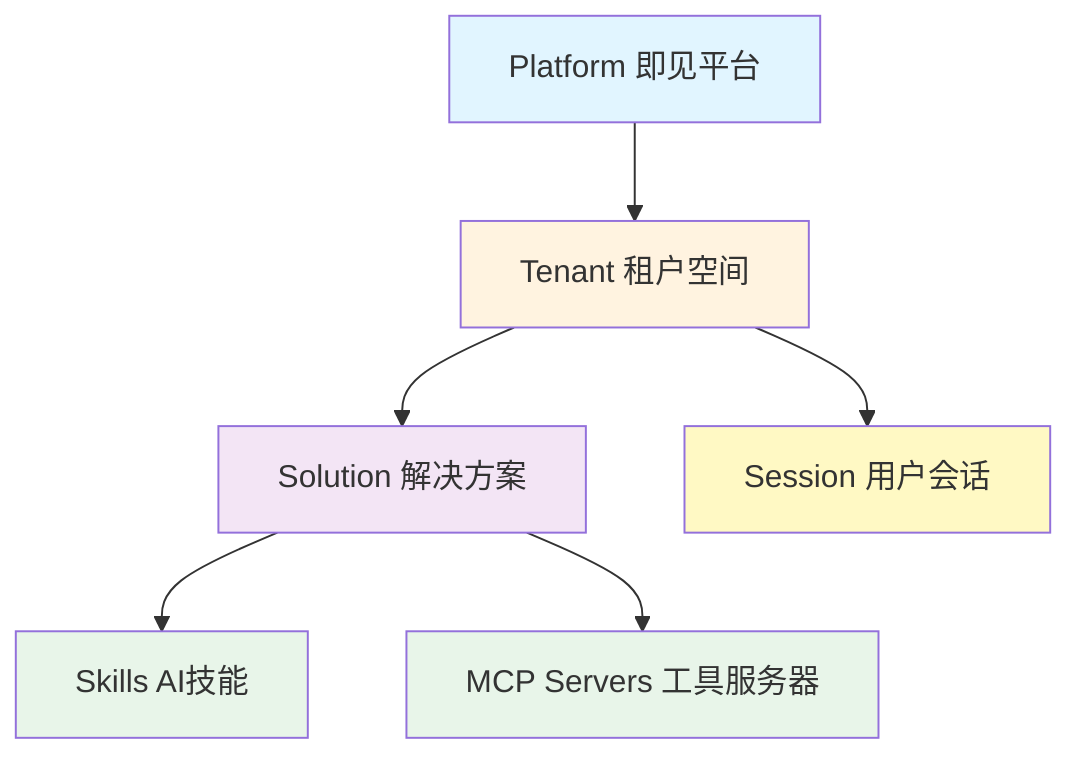
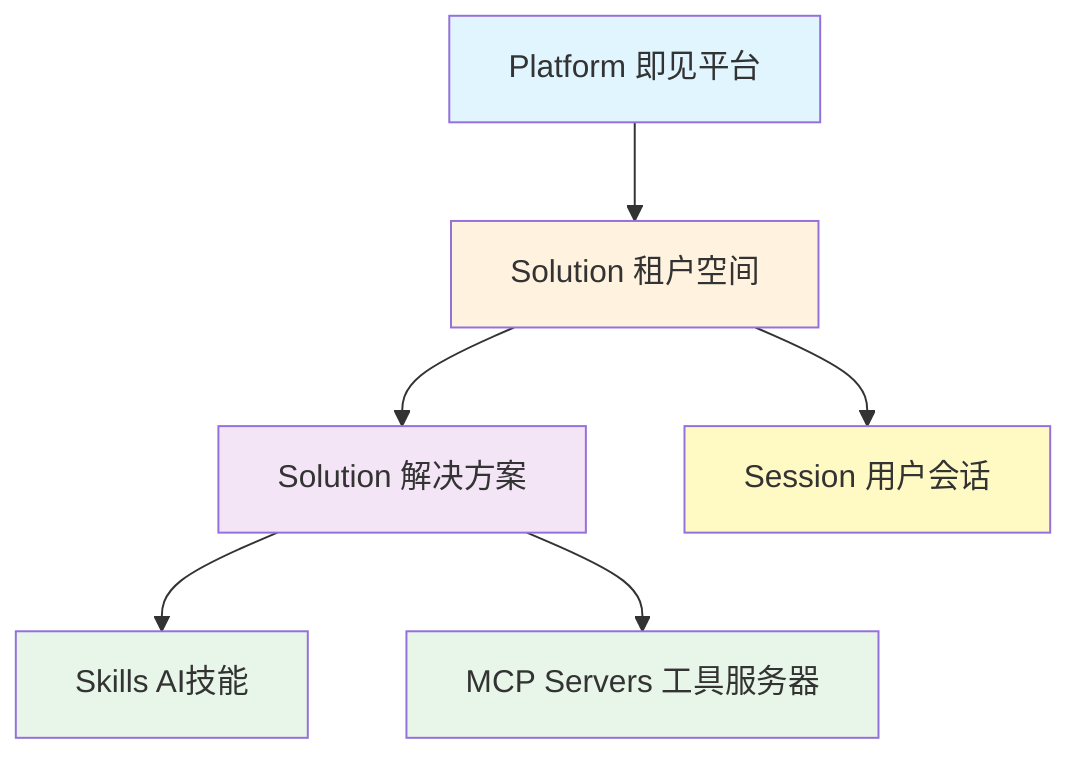
graph TD
-     A[Platform 即见平台] --> B[Tenant 租户空间]
+     A[Platform 即见平台] --> B[Solution 租户空间]
    B --> C[Solution 解决方案]
    C --> D[Skills AI技能]
    C --> E[MCP Servers 工具服务器]
    B --> F[Session 用户会话]

    style A fill:#e1f5ff
    style B fill:#fff3e0
    style C fill:#f3e5f5
    style D fill:#e8f5e9
    style E fill:#e8f5e9
    style F fill:#fff9c4